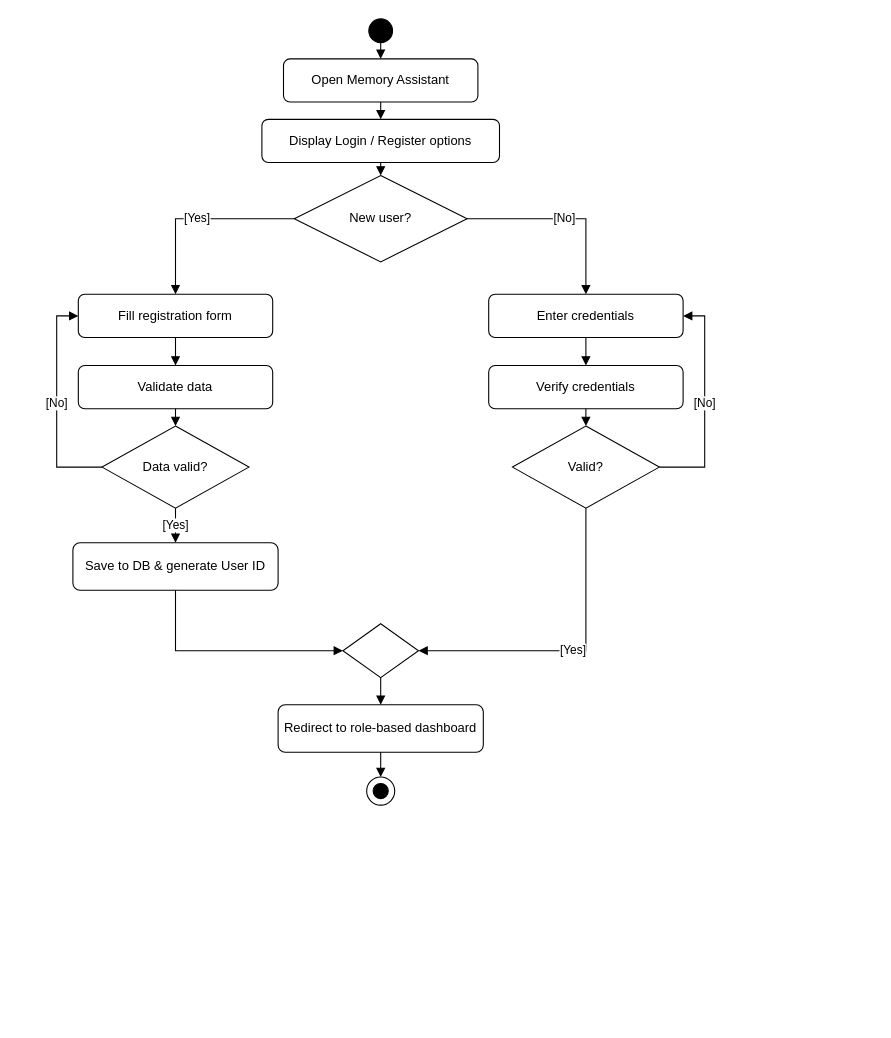
Iraj-Shahzad/memoracare- keeps this draw.io diagram as docs/diagrams/activity-register-login.drawio.xml. Above is the earlier version. Source tidied: cells renumbered, new cells numbered last; positions are measured from the earlier drawing's top-left corner, leaving out a move shared by most shapes. Both pictures are drawn from the tidied source at 108%, with x=0, y=0 at pixel (56, 18).
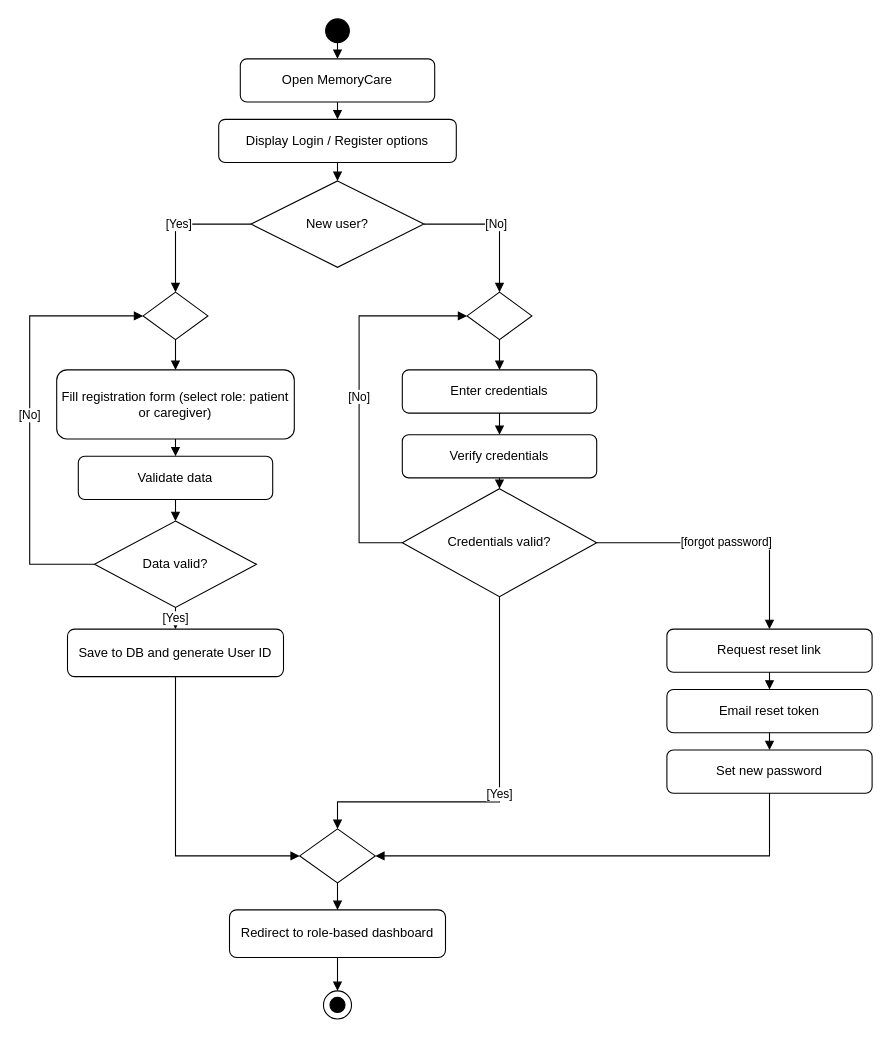
The same page after the edit.

What changed in the source:
```diff
@@
     <mxCell id="2" style="ellipse;html=1;fillColor=#000000;strokeColor=#000000;" parent="1" vertex="1">
-      <mxGeometry x="289" width="22" height="22" as="geometry" />
+      <mxGeometry x="249" width="22" height="22" as="geometry" />
     </mxCell>
-    <mxCell id="3" value="Open Memory Assistant" style="rounded=1;whiteSpace=wrap;html=1;fillColor=#ffffff;" parent="1" vertex="1">
-      <mxGeometry x="210" y="37" width="180" height="40" as="geometry" />
+    <mxCell id="3" value="Open MemoryCare" style="rounded=1;whiteSpace=wrap;html=1;fillColor=#ffffff;strokeColor=#000000;" parent="1" vertex="1">
+      <mxGeometry x="170" y="37" width="180" height="40" as="geometry" />
     </mxCell>
-    <mxCell id="4" value="Display Login / Register options" style="rounded=1;whiteSpace=wrap;html=1;fillColor=#ffffff;" parent="1" vertex="1">
-      <mxGeometry x="190" y="93" width="220" height="40" as="geometry" />
+    <mxCell id="4" value="Display Login / Register options" style="rounded=1;whiteSpace=wrap;html=1;fillColor=#ffffff;strokeColor=#000000;" parent="1" vertex="1">
+      <mxGeometry x="150" y="93" width="220" height="40" as="geometry" />
     </mxCell>
-    <mxCell id="5" value="New user?" style="rhombus;whiteSpace=wrap;html=1;fillColor=#ffffff;" parent="1" vertex="1">
-      <mxGeometry x="220" y="145" width="160" height="80" as="geometry" />
+    <mxCell id="5" value="New user?" style="rhombus;whiteSpace=wrap;html=1;fillColor=#ffffff;strokeColor=#000000;" parent="1" vertex="1">
+      <mxGeometry x="180" y="150" width="160" height="80" as="geometry" />
     </mxCell>
+    <mxCell id="33" style="rhombus;whiteSpace=wrap;html=1;fillColor=#ffffff;strokeColor=#000000;" parent="1" vertex="1">
+      <mxGeometry x="80" y="253" width="60" height="44" as="geometry" />
+    </mxCell>
-    <mxCell id="6" value="Fill registration form" style="rounded=1;whiteSpace=wrap;html=1;fillColor=#ffffff;" parent="1" vertex="1">
-      <mxGeometry x="20" y="255" width="180" height="40" as="geometry" />
+    <mxCell id="6" value="Fill registration form (select role: patient or caregiver)" style="rounded=1;whiteSpace=wrap;html=1;fillColor=#ffffff;strokeColor=#000000;" parent="1" vertex="1">
+      <mxGeometry y="325" width="220" height="64" as="geometry" />
     </mxCell>
-    <mxCell id="7" value="Validate data" style="rounded=1;whiteSpace=wrap;html=1;fillColor=#ffffff;" parent="1" vertex="1">
-      <mxGeometry x="20" y="321" width="180" height="40" as="geometry" />
+    <mxCell id="7" value="Validate data" style="rounded=1;whiteSpace=wrap;html=1;fillColor=#ffffff;strokeColor=#000000;" parent="1" vertex="1">
+      <mxGeometry x="20" y="405" width="180" height="40" as="geometry" />
     </mxCell>
-    <mxCell id="8" value="Data valid?" style="rhombus;whiteSpace=wrap;html=1;fillColor=#ffffff;" parent="1" vertex="1">
-      <mxGeometry x="42" y="377" width="136" height="76" as="geometry" />
+    <mxCell id="8" value="Data valid?" style="rhombus;whiteSpace=wrap;html=1;fillColor=#ffffff;strokeColor=#000000;" parent="1" vertex="1">
+      <mxGeometry x="35" y="465" width="150" height="80" as="geometry" />
     </mxCell>
-    <mxCell id="9" value="Save to DB &amp; generate User ID" style="rounded=1;whiteSpace=wrap;html=1;fillColor=#ffffff;" parent="1" vertex="1">
-      <mxGeometry x="15" y="485" width="190" height="44" as="geometry" />
+    <mxCell id="9" value="Save to DB and generate User ID" style="rounded=1;whiteSpace=wrap;html=1;fillColor=#ffffff;strokeColor=#000000;" parent="1" vertex="1">
+      <mxGeometry x="10" y="565" width="200" height="44" as="geometry" />
     </mxCell>
+    <mxCell id="34" style="rhombus;whiteSpace=wrap;html=1;fillColor=#ffffff;strokeColor=#000000;" parent="1" vertex="1">
+      <mxGeometry x="380" y="253" width="60" height="44" as="geometry" />
+    </mxCell>
-    <mxCell id="10" value="Enter credentials" style="rounded=1;whiteSpace=wrap;html=1;fillColor=#ffffff;" parent="1" vertex="1">
-      <mxGeometry x="400" y="255" width="180" height="40" as="geometry" />
+    <mxCell id="10" value="Enter credentials" style="rounded=1;whiteSpace=wrap;html=1;fillColor=#ffffff;strokeColor=#000000;" parent="1" vertex="1">
+      <mxGeometry x="320" y="325" width="180" height="40" as="geometry" />
     </mxCell>
-    <mxCell id="11" value="Verify credentials" style="rounded=1;whiteSpace=wrap;html=1;fillColor=#ffffff;" parent="1" vertex="1">
-      <mxGeometry x="400" y="321" width="180" height="40" as="geometry" />
+    <mxCell id="11" value="Verify credentials" style="rounded=1;whiteSpace=wrap;html=1;fillColor=#ffffff;strokeColor=#000000;" parent="1" vertex="1">
+      <mxGeometry x="320" y="385" width="180" height="40" as="geometry" />
     </mxCell>
-    <mxCell id="12" value="Valid?" style="rhombus;whiteSpace=wrap;html=1;fillColor=#ffffff;" parent="1" vertex="1">
-      <mxGeometry x="422" y="377" width="136" height="76" as="geometry" />
+    <mxCell id="12" value="Credentials valid?" style="rhombus;whiteSpace=wrap;html=1;fillColor=#ffffff;strokeColor=#000000;" parent="1" vertex="1">
+      <mxGeometry x="320" y="435" width="180" height="100" as="geometry" />
     </mxCell>
+    <mxCell id="35" value="Request reset link" style="rounded=1;whiteSpace=wrap;html=1;fillColor=#ffffff;strokeColor=#000000;" parent="1" vertex="1">
+      <mxGeometry x="565" y="565" width="190" height="40" as="geometry" />
+    </mxCell>
+    <mxCell id="36" value="Email reset token" style="rounded=1;whiteSpace=wrap;html=1;fillColor=#ffffff;strokeColor=#000000;" parent="1" vertex="1">
+      <mxGeometry x="565" y="621" width="190" height="40" as="geometry" />
+    </mxCell>
+    <mxCell id="37" value="Set new password" style="rounded=1;whiteSpace=wrap;html=1;fillColor=#ffffff;strokeColor=#000000;" parent="1" vertex="1">
+      <mxGeometry x="565" y="677" width="190" height="40" as="geometry" />
+    </mxCell>
-    <mxCell id="13" style="rhombus;whiteSpace=wrap;html=1;fillColor=#ffffff;" parent="1" vertex="1">
-      <mxGeometry x="265" y="560" width="70" height="50" as="geometry" />
+    <mxCell id="13" style="rhombus;whiteSpace=wrap;html=1;fillColor=#ffffff;strokeColor=#000000;" parent="1" vertex="1">
+      <mxGeometry x="225" y="750" width="70" height="50" as="geometry" />
     </mxCell>
-    <mxCell id="14" value="Redirect to role-based dashboard" style="rounded=1;whiteSpace=wrap;html=1;fillColor=#ffffff;" parent="1" vertex="1">
-      <mxGeometry x="205" y="635" width="190" height="44" as="geometry" />
+    <mxCell id="14" value="Redirect to role-based dashboard" style="rounded=1;whiteSpace=wrap;html=1;fillColor=#ffffff;strokeColor=#000000;" parent="1" vertex="1">
+      <mxGeometry x="160" y="825" width="200" height="44" as="geometry" />
     </mxCell>
     <mxCell id="15" style="ellipse;html=1;fillColor=#ffffff;strokeColor=#000000;" parent="1" vertex="1">
-      <mxGeometry x="287" y="702" width="26" height="26" as="geometry" />
+      <mxGeometry x="247" y="900" width="26" height="26" as="geometry" />
     </mxCell>
     <mxCell id="16" style="ellipse;html=1;fillColor=#000000;strokeColor=#000000;" parent="1" vertex="1">
-      <mxGeometry x="293" y="708" width="14" height="14" as="geometry" />
+      <mxGeometry x="253" y="906" width="14" height="14" as="geometry" />
     </mxCell>
-    <mxCell id="17" style="endArrow=block;html=1;" parent="1" edge="1" source="2" target="3">
+    <mxCell id="17" style="endArrow=block;html=1;edgeStyle=orthogonalEdgeStyle;rounded=0;exitX=0.5;exitY=1;entryX=0.5;entryY=0;" parent="1" edge="1" source="2" target="3">
       <mxGeometry relative="1" as="geometry" />
     </mxCell>
-    <mxCell id="18" style="endArrow=block;html=1;" parent="1" edge="1" source="3" target="4">
+    <mxCell id="18" style="endArrow=block;html=1;edgeStyle=orthogonalEdgeStyle;rounded=0;exitX=0.5;exitY=1;entryX=0.5;entryY=0;" parent="1" edge="1" source="3" target="4">
       <mxGeometry relative="1" as="geometry" />
     </mxCell>
-    <mxCell id="19" style="endArrow=block;html=1;" parent="1" edge="1" source="4" target="5">
+    <mxCell id="19" style="endArrow=block;html=1;edgeStyle=orthogonalEdgeStyle;rounded=0;exitX=0.5;exitY=1;entryX=0.5;entryY=0;" parent="1" edge="1" source="4" target="5">
       <mxGeometry relative="1" as="geometry" />
     </mxCell>
-    <mxCell id="20" value="[Yes]" style="endArrow=block;html=1;edgeStyle=orthogonalEdgeStyle;rounded=0;" parent="1" edge="1" source="5" target="6">
+    <mxCell id="20" value="[Yes]" style="endArrow=block;html=1;edgeStyle=orthogonalEdgeStyle;rounded=0;exitX=0;exitY=0.5;entryX=0.5;entryY=0;" parent="1" edge="1" source="5" target="33">
       <mxGeometry relative="1" as="geometry">
         <Array as="points">
-          <mxPoint x="110" y="185" />
+          <mxPoint x="110" y="190" />
         </Array>
       </mxGeometry>
     </mxCell>
-    <mxCell id="21" value="[No]" style="endArrow=block;html=1;edgeStyle=orthogonalEdgeStyle;rounded=0;" parent="1" edge="1" source="5" target="10">
-      <mxGeometry relative="1" as="geometry">
-        <Array as="points">
-          <mxPoint x="490" y="185" />
-        </Array>
-      </mxGeometry>
-    </mxCell>
+    <mxCell id="38" style="endArrow=block;html=1;edgeStyle=orthogonalEdgeStyle;rounded=0;exitX=0.5;exitY=1;entryX=0.5;entryY=0;" parent="1" edge="1" source="33" target="6">
+      <mxGeometry relative="1" as="geometry" />
+    </mxCell>
-    <mxCell id="22" style="endArrow=block;html=1;" parent="1" edge="1" source="6" target="7">
+    <mxCell id="22" style="endArrow=block;html=1;edgeStyle=orthogonalEdgeStyle;rounded=0;exitX=0.5;exitY=1;entryX=0.5;entryY=0;" parent="1" edge="1" source="6" target="7">
       <mxGeometry relative="1" as="geometry" />
     </mxCell>
-    <mxCell id="23" style="endArrow=block;html=1;" parent="1" edge="1" source="7" target="8">
+    <mxCell id="23" style="endArrow=block;html=1;edgeStyle=orthogonalEdgeStyle;rounded=0;exitX=0.5;exitY=1;entryX=0.5;entryY=0;" parent="1" edge="1" source="7" target="8">
       <mxGeometry relative="1" as="geometry" />
     </mxCell>
-    <mxCell id="24" value="[No]" style="endArrow=block;html=1;edgeStyle=orthogonalEdgeStyle;rounded=0;" parent="1" edge="1" source="8" target="6">
+    <mxCell id="24" value="[No]" style="endArrow=block;html=1;edgeStyle=orthogonalEdgeStyle;rounded=0;exitX=0;exitY=0.5;entryX=0;entryY=0.5;" parent="1" edge="1" source="8" target="33">
       <mxGeometry relative="1" as="geometry">
         <Array as="points">
-          <mxPoint y="415" />
-          <mxPoint y="275" />
+          <mxPoint x="-25" y="505" />
+          <mxPoint x="-25" y="275" />
         </Array>
       </mxGeometry>
     </mxCell>
-    <mxCell id="25" value="[Yes]" style="endArrow=block;html=1;" parent="1" edge="1" source="8" target="9">
+    <mxCell id="25" value="[Yes]" style="endArrow=block;html=1;edgeStyle=orthogonalEdgeStyle;rounded=0;exitX=0.5;exitY=1;entryX=0.5;entryY=0;" parent="1" edge="1" source="8" target="9">
       <mxGeometry relative="1" as="geometry" />
     </mxCell>
+    <mxCell id="30" style="endArrow=block;html=1;edgeStyle=orthogonalEdgeStyle;rounded=0;exitX=0.5;exitY=1;entryX=0;entryY=0.5;" parent="1" edge="1" source="9" target="13">
+      <mxGeometry relative="1" as="geometry">
+        <Array as="points">
+          <mxPoint x="110" y="775" />
+        </Array>
+      </mxGeometry>
+    </mxCell>
+    <mxCell id="21" value="[No]" style="endArrow=block;html=1;edgeStyle=orthogonalEdgeStyle;rounded=0;exitX=1;exitY=0.5;entryX=0.5;entryY=0;" parent="1" edge="1" source="5" target="34">
+      <mxGeometry relative="1" as="geometry">
+        <Array as="points">
+          <mxPoint x="410" y="190" />
+        </Array>
+      </mxGeometry>
+    </mxCell>
+    <mxCell id="39" style="endArrow=block;html=1;edgeStyle=orthogonalEdgeStyle;rounded=0;exitX=0.5;exitY=1;entryX=0.5;entryY=0;" parent="1" edge="1" source="34" target="10">
+      <mxGeometry relative="1" as="geometry" />
+    </mxCell>
-    <mxCell id="26" style="endArrow=block;html=1;" parent="1" edge="1" source="10" target="11">
+    <mxCell id="26" style="endArrow=block;html=1;edgeStyle=orthogonalEdgeStyle;rounded=0;exitX=0.5;exitY=1;entryX=0.5;entryY=0;" parent="1" edge="1" source="10" target="11">
       <mxGeometry relative="1" as="geometry" />
     </mxCell>
-    <mxCell id="27" style="endArrow=block;html=1;" parent="1" edge="1" source="11" target="12">
+    <mxCell id="27" style="endArrow=block;html=1;edgeStyle=orthogonalEdgeStyle;rounded=0;exitX=0.5;exitY=1;entryX=0.5;entryY=0;" parent="1" edge="1" source="11" target="12">
       <mxGeometry relative="1" as="geometry" />
     </mxCell>
-    <mxCell id="28" value="[No]" style="endArrow=block;html=1;edgeStyle=orthogonalEdgeStyle;rounded=0;" parent="1" edge="1" source="12" target="10">
+    <mxCell id="28" value="[No]" style="endArrow=block;html=1;edgeStyle=orthogonalEdgeStyle;rounded=0;exitX=0;exitY=0.5;entryX=0;entryY=0.5;" parent="1" edge="1" source="12" target="34">
       <mxGeometry relative="1" as="geometry">
         <Array as="points">
-          <mxPoint x="600" y="415" />
-          <mxPoint x="600" y="275" />
+          <mxPoint x="280" y="485" />
+          <mxPoint x="280" y="275" />
         </Array>
       </mxGeometry>
     </mxCell>
-    <mxCell id="29" value="[Yes]" style="endArrow=block;html=1;edgeStyle=orthogonalEdgeStyle;rounded=0;" parent="1" edge="1" source="12" target="13">
+    <mxCell id="29" value="[Yes]" style="endArrow=block;html=1;edgeStyle=orthogonalEdgeStyle;rounded=0;exitX=0.5;exitY=1;entryX=0.5;entryY=0;" parent="1" edge="1" source="12" target="13">
       <mxGeometry relative="1" as="geometry">
         <Array as="points">
-          <mxPoint x="490" y="585" />
+          <mxPoint x="410" y="725" />
+          <mxPoint x="260" y="725" />
         </Array>
       </mxGeometry>
     </mxCell>
-    <mxCell id="30" style="endArrow=block;html=1;edgeStyle=orthogonalEdgeStyle;rounded=0;" parent="1" edge="1" source="9" target="13">
-      <mxGeometry relative="1" as="geometry">
-        <Array as="points">
-          <mxPoint x="110" y="585" />
-        </Array>
-      </mxGeometry>
-    </mxCell>
+    <mxCell id="40" value="[forgot password]" style="endArrow=block;html=1;edgeStyle=orthogonalEdgeStyle;rounded=0;exitX=1;exitY=0.5;entryX=0.5;entryY=0;" parent="1" edge="1" source="12" target="35">
+      <mxGeometry relative="1" as="geometry">
+        <Array as="points">
+          <mxPoint x="660" y="485" />
+        </Array>
+      </mxGeometry>
+    </mxCell>
+    <mxCell id="41" style="endArrow=block;html=1;edgeStyle=orthogonalEdgeStyle;rounded=0;exitX=0.5;exitY=1;entryX=0.5;entryY=0;" parent="1" edge="1" source="35" target="36">
+      <mxGeometry relative="1" as="geometry" />
+    </mxCell>
+    <mxCell id="42" style="endArrow=block;html=1;edgeStyle=orthogonalEdgeStyle;rounded=0;exitX=0.5;exitY=1;entryX=0.5;entryY=0;" parent="1" edge="1" source="36" target="37">
+      <mxGeometry relative="1" as="geometry" />
+    </mxCell>
+    <mxCell id="43" style="endArrow=block;html=1;edgeStyle=orthogonalEdgeStyle;rounded=0;exitX=0.5;exitY=1;entryX=1;entryY=0.5;" parent="1" edge="1" source="37" target="13">
+      <mxGeometry relative="1" as="geometry">
+        <Array as="points">
+          <mxPoint x="660" y="775" />
+        </Array>
+      </mxGeometry>
+    </mxCell>
-    <mxCell id="31" style="endArrow=block;html=1;" parent="1" edge="1" source="13" target="14">
+    <mxCell id="31" style="endArrow=block;html=1;edgeStyle=orthogonalEdgeStyle;rounded=0;exitX=0.5;exitY=1;entryX=0.5;entryY=0;" parent="1" edge="1" source="13" target="14">
       <mxGeometry relative="1" as="geometry" />
     </mxCell>
-    <mxCell id="32" style="endArrow=block;html=1;" parent="1" edge="1" source="14" target="15">
+    <mxCell id="32" style="endArrow=block;html=1;edgeStyle=orthogonalEdgeStyle;rounded=0;exitX=0.5;exitY=1;entryX=0.5;entryY=0;" parent="1" edge="1" source="14" target="15">
       <mxGeometry relative="1" as="geometry" />
     </mxCell>
```
